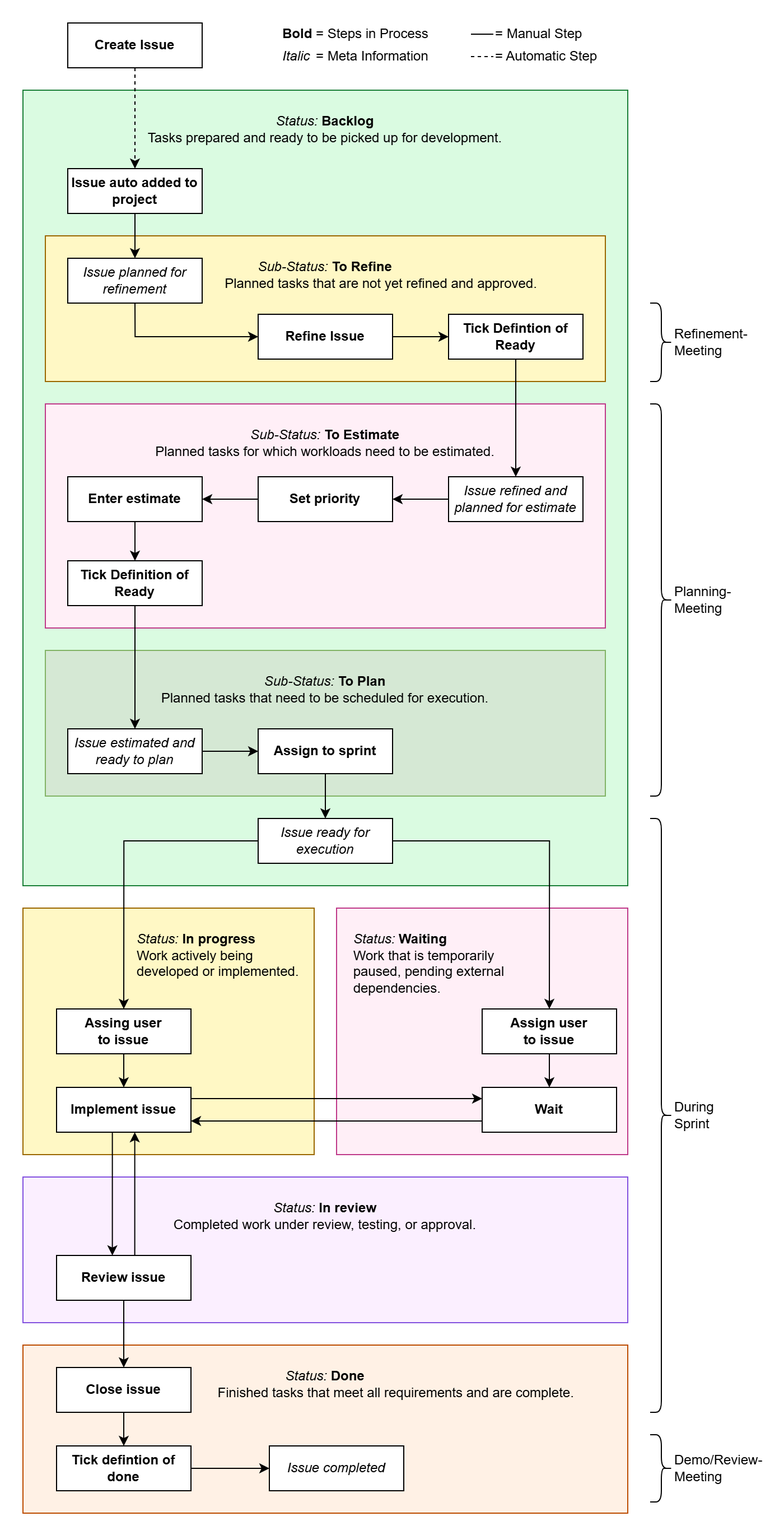
Earlier version of the draw.io export docs/src/development/projects-workflow.png (it-at-m/stadtbezirksbudget). Source tidied: cells renumbered, new cells last; positions are measured from the earlier drawing's top-left corner, leaving out a move shared by most shapes.
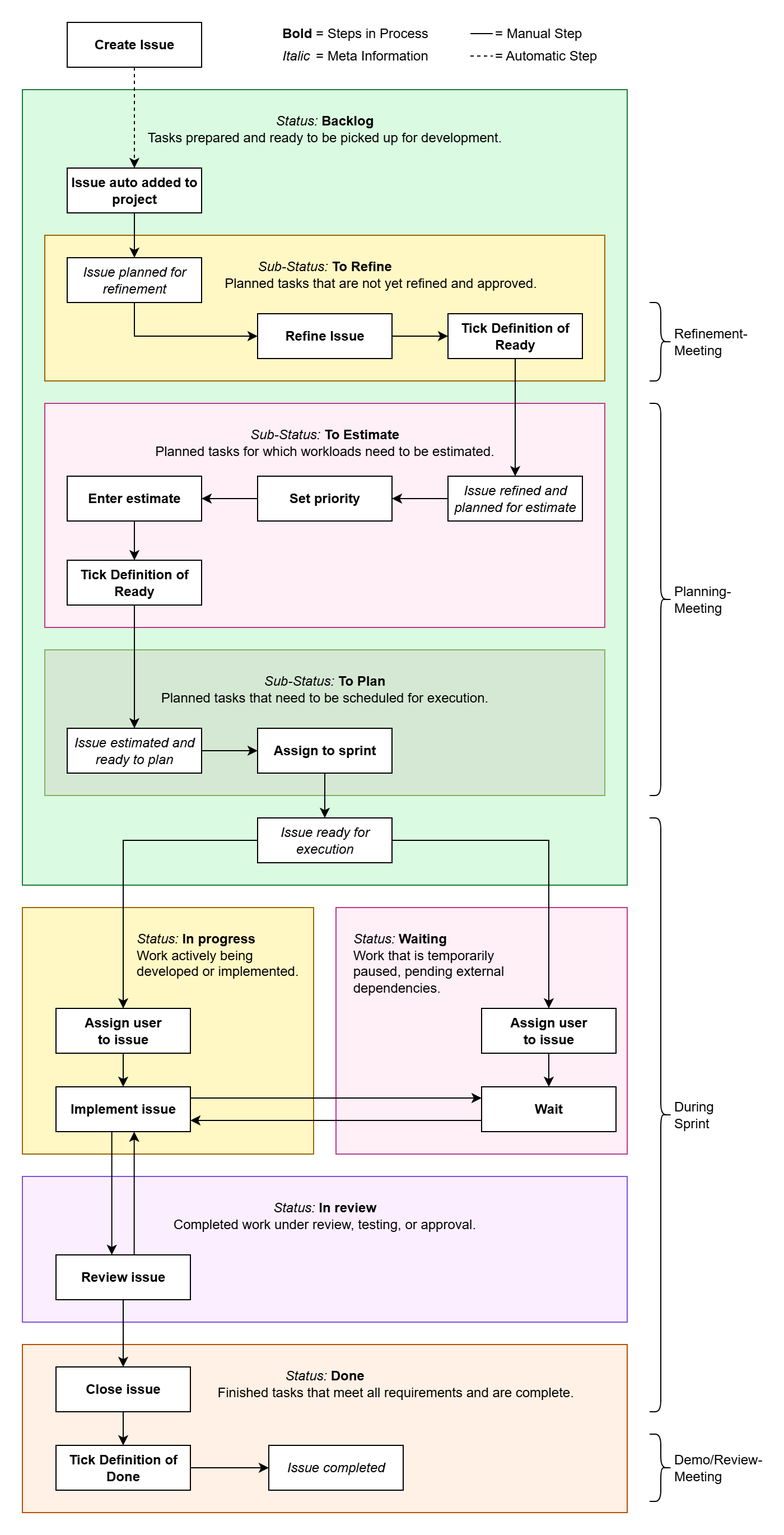
After the change.

Commit message:
:pencil2: Fix typos in projects workflow diagram

What changed in the source:
```diff
@@ -80,7 +80,7 @@
     <mxCell id="27" style="endArrow=classic;html=1;rounded=0;exitX=0.5;exitY=1;exitDx=0;exitDy=0;entryX=0.5;entryY=0;entryDx=0;entryDy=0;edgeStyle=orthogonalEdgeStyle;" parent="1" edge="1" source="24" target="26">
       <mxGeometry relative="1" as="geometry" />
     </mxCell>
-    <mxCell id="28" value="&lt;span&gt;&lt;b&gt;Tick Defintion of Ready&lt;/b&gt;&lt;/span&gt;" style="rounded=0;whiteSpace=wrap;html=1;fontStyle=0;" parent="1" vertex="1">
+    <mxCell id="28" value="&lt;span&gt;&lt;b&gt;Tick Definition of Ready&lt;/b&gt;&lt;/span&gt;" style="rounded=0;whiteSpace=wrap;html=1;fontStyle=0;" parent="1" vertex="1">
       <mxGeometry x="400" y="280" width="120" height="40" as="geometry" />
     </mxCell>
     <mxCell id="29" value="&lt;b&gt;Tick Definition of Ready&lt;/b&gt;" style="rounded=0;whiteSpace=wrap;html=1;" parent="1" vertex="1">
@@ -158,7 +158,7 @@
     <mxCell id="51" value="&lt;b&gt;Assign user&lt;/b&gt;&lt;div&gt;&lt;b&gt;to issue&lt;/b&gt;&lt;/div&gt;" style="rounded=0;whiteSpace=wrap;html=1;" parent="1" vertex="1">
       <mxGeometry x="430" y="900" width="120" height="40" as="geometry" />
     </mxCell>
-    <mxCell id="52" value="&lt;b&gt;Assing user&lt;/b&gt;&lt;div&gt;&lt;b&gt;to issue&lt;/b&gt;&lt;/div&gt;" style="rounded=0;whiteSpace=wrap;html=1;" parent="1" vertex="1">
+    <mxCell id="52" value="&lt;b&gt;Assign user&lt;/b&gt;&lt;div&gt;&lt;b&gt;to issue&lt;/b&gt;&lt;/div&gt;" style="rounded=0;whiteSpace=wrap;html=1;" parent="1" vertex="1">
       <mxGeometry x="50" y="900" width="120" height="40" as="geometry" />
     </mxCell>
     <mxCell id="53" style="endArrow=classic;html=1;rounded=0;edgeStyle=orthogonalEdgeStyle;exitX=0.5;exitY=1;exitDx=0;exitDy=0;entryX=0.5;entryY=0;entryDx=0;entryDy=0;" parent="1" edge="1" source="52" target="35">
@@ -167,7 +167,7 @@
     <mxCell id="54" style="endArrow=classic;html=1;rounded=0;edgeStyle=orthogonalEdgeStyle;entryX=0.5;entryY=0;entryDx=0;entryDy=0;exitX=0.5;exitY=1;exitDx=0;exitDy=0;" parent="1" edge="1" source="51" target="37">
       <mxGeometry relative="1" as="geometry" />
     </mxCell>
-    <mxCell id="55" value="&lt;span&gt;Tick defintion of done&lt;/span&gt;" style="rounded=0;whiteSpace=wrap;html=1;fontStyle=1;" parent="1" vertex="1">
+    <mxCell id="55" value="&lt;span&gt;Tick Definition of Done&lt;/span&gt;" style="rounded=0;whiteSpace=wrap;html=1;fontStyle=1;" parent="1" vertex="1">
       <mxGeometry x="50" y="1290" width="120" height="40" as="geometry" />
     </mxCell>
     <mxCell id="56" style="endArrow=classic;html=1;rounded=0;exitX=0.5;exitY=1;exitDx=0;exitDy=0;entryX=0.5;entryY=0;entryDx=0;entryDy=0;" parent="1" edge="1" source="45" target="55">
```
